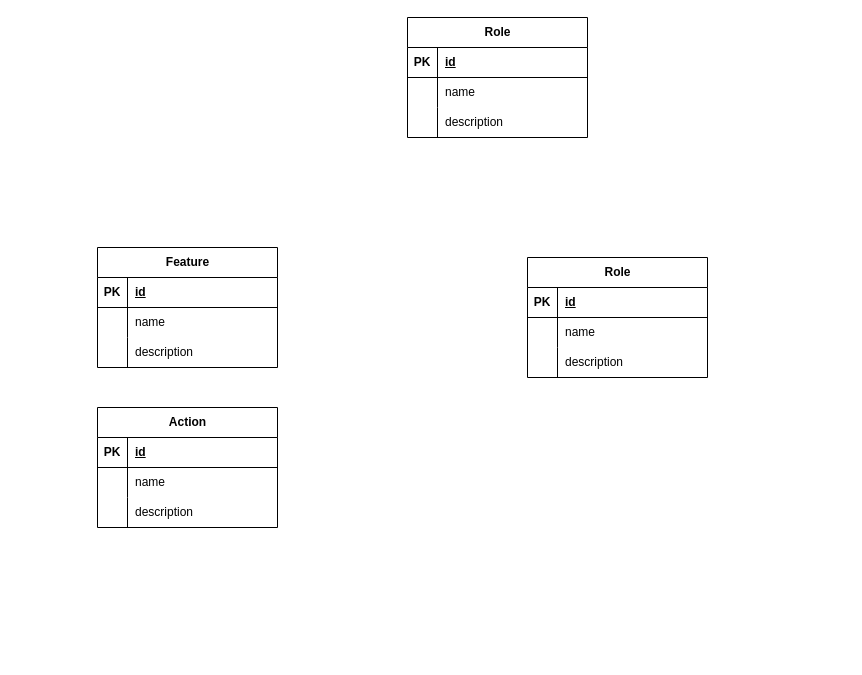
longpt99/Entity-Relationship-Diagram keeps this draw.io diagram as Untitled Diagram.drawio. Above is the earlier version. Source tidied: cells renumbered, new cells numbered last; positions are measured from the earlier drawing's top-left corner, leaving out a move shared by most shapes. Both pictures are drawn from the tidied source at 100%, with x=0, y=0 at pixel (97, 17).
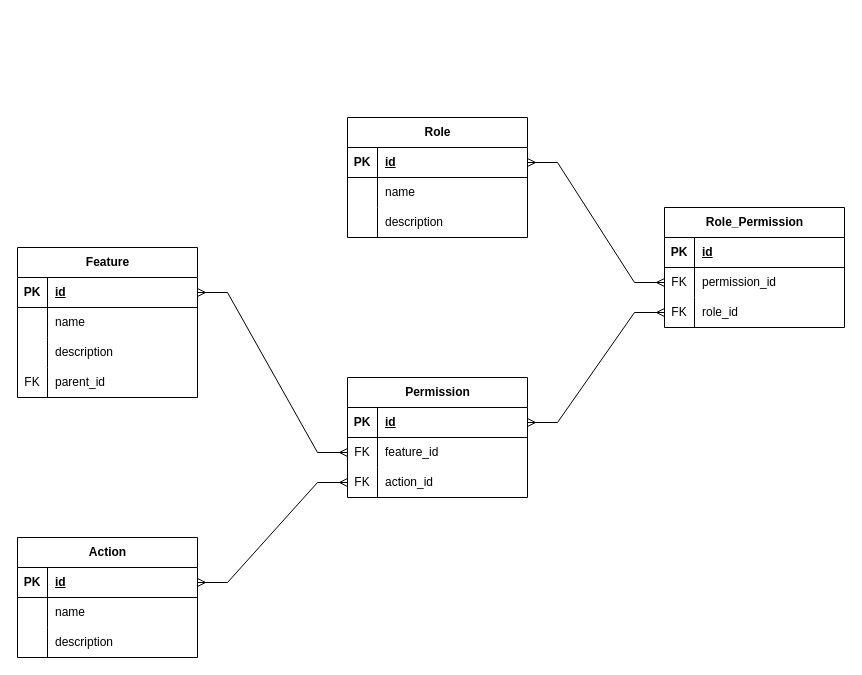
Above is the later version.

Unchanged cells that the change refers to:
```xml
<mxCell id="3" style="shape=tableRow;horizontal=0;startSize=0;swimlaneHead=0;swimlaneBody=0;fillColor=none;points=[[0,0.5],[1,0.5]];portConstraint=eastwest;top=0;left=0;right=0;bottom=1;" parent="2" vertex="1">
  <mxGeometry y="30" width="180" height="30" as="geometry" />
</mxCell>
<mxCell id="13" style="shape=tableRow;horizontal=0;startSize=0;swimlaneHead=0;swimlaneBody=0;fillColor=none;points=[[0,0.5],[1,0.5]];portConstraint=eastwest;top=0;left=0;right=0;bottom=1;" parent="12" vertex="1">
  <mxGeometry y="30" width="180" height="30" as="geometry" />
</mxCell>
<mxCell id="23" style="shape=tableRow;horizontal=0;startSize=0;swimlaneHead=0;swimlaneBody=0;fillColor=none;points=[[0,0.5],[1,0.5]];portConstraint=eastwest;top=0;left=0;right=0;bottom=1;" parent="22" vertex="1">
  <mxGeometry y="30" width="180" height="30" as="geometry" />
</mxCell>
<mxCell id="33" style="shape=tableRow;horizontal=0;startSize=0;swimlaneHead=0;swimlaneBody=0;fillColor=none;points=[[0,0.5],[1,0.5]];portConstraint=eastwest;top=0;left=0;right=0;bottom=1;" parent="32" vertex="1">
  <mxGeometry y="30" width="180" height="30" as="geometry" />
</mxCell>
<mxCell id="36" style="shape=tableRow;horizontal=0;startSize=0;swimlaneHead=0;swimlaneBody=0;fillColor=none;points=[[0,0.5],[1,0.5]];portConstraint=eastwest;top=0;left=0;right=0;bottom=0;" parent="32" vertex="1">
  <mxGeometry y="60" width="180" height="30" as="geometry" />
</mxCell>
<mxCell id="39" style="shape=tableRow;horizontal=0;startSize=0;swimlaneHead=0;swimlaneBody=0;fillColor=none;points=[[0,0.5],[1,0.5]];portConstraint=eastwest;top=0;left=0;right=0;bottom=0;" parent="32" vertex="1">
  <mxGeometry y="90" width="180" height="30" as="geometry" />
</mxCell>
```

The edit, as a diff of the source:
```diff
@@
     <mxCell id="2" value="Role" style="shape=table;startSize=30;childLayout=tableLayout;rowLines=0;fontStyle=1;align=center;html=1;" parent="1" vertex="1">
-      <mxGeometry x="310" width="180" height="120" as="geometry" />
+      <mxGeometry x="250" y="100" width="180" height="120" as="geometry" />
     </mxCell>
@@
     <mxCell id="12" value="Action" style="shape=table;startSize=30;childLayout=tableLayout;rowLines=0;fontStyle=1;align=center;html=1;" parent="1" vertex="1">
-      <mxGeometry y="390" width="180" height="120" as="geometry" />
+      <mxGeometry x="-80" y="520" width="180" height="120" as="geometry" />
     </mxCell>
@@
     <mxCell id="22" value="Feature" style="shape=table;startSize=30;childLayout=tableLayout;rowLines=0;fontStyle=1;align=center;html=1;" parent="1" vertex="1">
-      <mxGeometry y="230" width="180" height="120" as="geometry" />
+      <mxGeometry x="-80" y="230" width="180" height="150" as="geometry" />
     </mxCell>
@@
+    <mxCell id="42" style="shape=tableRow;horizontal=0;startSize=0;swimlaneHead=0;swimlaneBody=0;fillColor=none;top=0;left=0;right=0;bottom=0;" parent="22" vertex="1">
+      <mxGeometry y="120" width="180" height="30" as="geometry" />
+    </mxCell>
+    <mxCell id="43" value="FK" style="shape=partialRectangle;fillColor=none;top=0;left=0;bottom=0;right=0;overflow=hidden;whiteSpace=wrap;html=1;" parent="42" vertex="1">
+      <mxGeometry width="30" height="30" as="geometry" />
+    </mxCell>
+    <mxCell id="44" value="parent_id" style="shape=partialRectangle;fillColor=none;top=0;left=0;bottom=0;right=0;align=left;spacingLeft=6;overflow=hidden;whiteSpace=wrap;html=1;" parent="42" vertex="1">
+      <mxGeometry x="30" width="150" height="30" as="geometry" />
+    </mxCell>
-    <mxCell id="32" value="Role" style="shape=table;startSize=30;childLayout=tableLayout;rowLines=0;fontStyle=1;align=center;html=1;" parent="1" vertex="1">
-      <mxGeometry x="430" y="240" width="180" height="120" as="geometry" />
+    <mxCell id="32" value="Permission" style="shape=table;startSize=30;childLayout=tableLayout;rowLines=0;fontStyle=1;align=center;html=1;" parent="1" vertex="1">
+      <mxGeometry x="250" y="360" width="180" height="120" as="geometry" />
     </mxCell>
@@
-    <mxCell id="37" style="shape=partialRectangle;fillColor=none;top=0;left=0;bottom=0;right=0;overflow=hidden;whiteSpace=wrap;html=1;" parent="36" vertex="1">
+    <mxCell id="37" value="FK" style="shape=partialRectangle;fillColor=none;top=0;left=0;bottom=0;right=0;overflow=hidden;whiteSpace=wrap;html=1;" parent="36" vertex="1">
       <mxGeometry width="30" height="30" as="geometry" />
     </mxCell>
-    <mxCell id="38" value="name" style="shape=partialRectangle;fillColor=none;top=0;left=0;bottom=0;right=0;align=left;spacingLeft=6;overflow=hidden;whiteSpace=wrap;html=1;" parent="36" vertex="1">
+    <mxCell id="38" value="feature_id" style="shape=partialRectangle;fillColor=none;top=0;left=0;bottom=0;right=0;align=left;spacingLeft=6;overflow=hidden;whiteSpace=wrap;html=1;" parent="36" vertex="1">
       <mxGeometry x="30" width="150" height="30" as="geometry" />
     </mxCell>
@@
-    <mxCell id="40" style="shape=partialRectangle;fillColor=none;top=0;left=0;bottom=0;right=0;overflow=hidden;whiteSpace=wrap;html=1;" parent="39" vertex="1">
+    <mxCell id="40" value="FK" style="shape=partialRectangle;fillColor=none;top=0;left=0;bottom=0;right=0;overflow=hidden;whiteSpace=wrap;html=1;" parent="39" vertex="1">
       <mxGeometry width="30" height="30" as="geometry" />
     </mxCell>
-    <mxCell id="41" value="description" style="shape=partialRectangle;fillColor=none;top=0;left=0;bottom=0;right=0;align=left;spacingLeft=6;overflow=hidden;whiteSpace=wrap;html=1;" parent="39" vertex="1">
+    <mxCell id="41" value="action_id" style="shape=partialRectangle;fillColor=none;top=0;left=0;bottom=0;right=0;align=left;spacingLeft=6;overflow=hidden;whiteSpace=wrap;html=1;" parent="39" vertex="1">
       <mxGeometry x="30" width="150" height="30" as="geometry" />
     </mxCell>
+    <mxCell id="45" value="Role_Permission" style="shape=table;startSize=30;childLayout=tableLayout;rowLines=0;fontStyle=1;align=center;html=1;" parent="1" vertex="1">
+      <mxGeometry x="567" y="190" width="180" height="120" as="geometry" />
+    </mxCell>
+    <mxCell id="46" style="shape=tableRow;horizontal=0;startSize=0;swimlaneHead=0;swimlaneBody=0;fillColor=none;top=0;left=0;right=0;bottom=1;" parent="45" vertex="1">
+      <mxGeometry y="30" width="180" height="30" as="geometry" />
+    </mxCell>
+    <mxCell id="47" value="PK" style="shape=partialRectangle;fillColor=none;top=0;left=0;bottom=0;right=0;fontStyle=1;overflow=hidden;whiteSpace=wrap;html=1;" parent="46" vertex="1">
+      <mxGeometry width="30" height="30" as="geometry" />
+    </mxCell>
+    <mxCell id="48" value="id" style="shape=partialRectangle;fillColor=none;top=0;left=0;bottom=0;right=0;align=left;spacingLeft=6;fontStyle=5;overflow=hidden;whiteSpace=wrap;html=1;" parent="46" vertex="1">
+      <mxGeometry x="30" width="150" height="30" as="geometry" />
+    </mxCell>
+    <mxCell id="49" style="shape=tableRow;horizontal=0;startSize=0;swimlaneHead=0;swimlaneBody=0;fillColor=none;points=[[0,0.5],[1,0.5]];portConstraint=eastwest;top=0;left=0;right=0;bottom=0;" parent="45" vertex="1">
+      <mxGeometry y="60" width="180" height="30" as="geometry" />
+    </mxCell>
+    <mxCell id="50" value="FK" style="shape=partialRectangle;fillColor=none;top=0;left=0;bottom=0;right=0;overflow=hidden;whiteSpace=wrap;html=1;" parent="49" vertex="1">
+      <mxGeometry width="30" height="30" as="geometry" />
+    </mxCell>
+    <mxCell id="51" value="permission_id" style="shape=partialRectangle;fillColor=none;top=0;left=0;bottom=0;right=0;align=left;spacingLeft=6;overflow=hidden;whiteSpace=wrap;html=1;" parent="49" vertex="1">
+      <mxGeometry x="30" width="150" height="30" as="geometry" />
+    </mxCell>
+    <mxCell id="52" style="shape=tableRow;horizontal=0;startSize=0;swimlaneHead=0;swimlaneBody=0;fillColor=none;points=[[0,0.5],[1,0.5]];portConstraint=eastwest;top=0;left=0;right=0;bottom=0;" parent="45" vertex="1">
+      <mxGeometry y="90" width="180" height="30" as="geometry" />
+    </mxCell>
+    <mxCell id="53" value="FK" style="shape=partialRectangle;fillColor=none;top=0;left=0;bottom=0;right=0;overflow=hidden;whiteSpace=wrap;html=1;" parent="52" vertex="1">
+      <mxGeometry width="30" height="30" as="geometry" />
+    </mxCell>
+    <mxCell id="54" value="role_id" style="shape=partialRectangle;fillColor=none;top=0;left=0;bottom=0;right=0;align=left;spacingLeft=6;overflow=hidden;whiteSpace=wrap;html=1;" parent="52" vertex="1">
+      <mxGeometry x="30" width="150" height="30" as="geometry" />
+    </mxCell>
+    <mxCell id="55" style="edgeStyle=entityRelationEdgeStyle;fontSize=12;html=1;endArrow=ERmany;startArrow=ERmany;rounded=0;" parent="1" edge="1" source="33" target="52">
+      <mxGeometry relative="1" as="geometry" />
+    </mxCell>
+    <mxCell id="56" style="edgeStyle=entityRelationEdgeStyle;fontSize=12;html=1;endArrow=ERmany;startArrow=ERmany;rounded=0;" parent="1" edge="1" source="3" target="49">
+      <mxGeometry relative="1" as="geometry" />
+    </mxCell>
+    <mxCell id="57" style="edgeStyle=entityRelationEdgeStyle;fontSize=12;html=1;endArrow=ERmany;startArrow=ERmany;rounded=0;" parent="1" edge="1" source="36" target="23">
+      <mxGeometry relative="1" as="geometry" />
+    </mxCell>
+    <mxCell id="58" style="edgeStyle=entityRelationEdgeStyle;fontSize=12;html=1;endArrow=ERmany;startArrow=ERmany;rounded=0;" parent="1" edge="1" source="39" target="13">
+      <mxGeometry relative="1" as="geometry" />
+    </mxCell>
```
